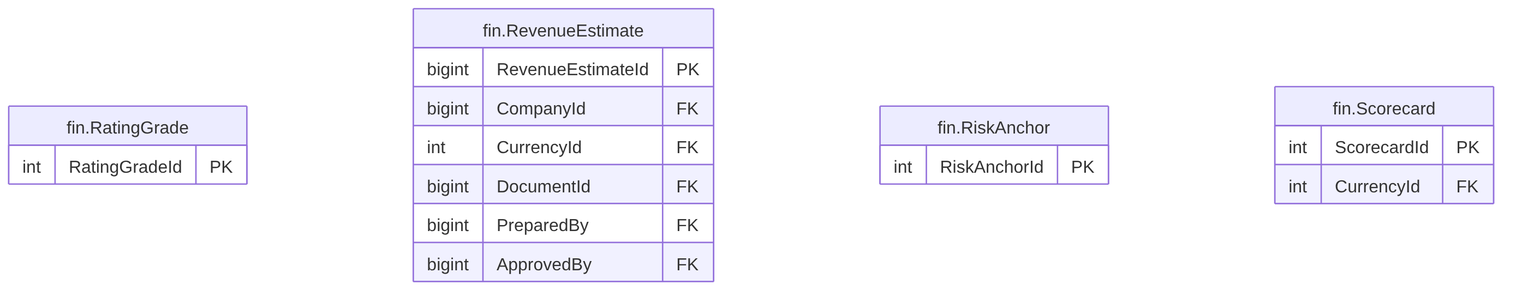
The Mermaid diagram treasury-platform/docs/diagrams/erd/m5_financials_10.png in thawrasy/smartlines, before a commit. Its source is kept beside it as treasury-platform/docs/diagrams/erd/m5_financials_10.mmd.
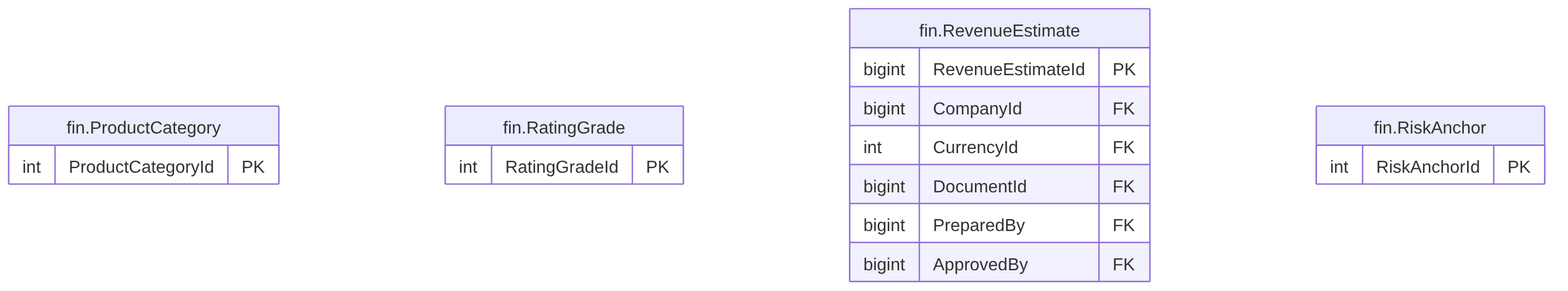
Above is the later version.

Diff of the diagram source:
```diff
@@ -1,4 +1,7 @@
 erDiagram
+  fin_ProductCategory["fin.ProductCategory"] {
+    int ProductCategoryId PK
+  }
   fin_RatingGrade["fin.RatingGrade"] {
     int RatingGradeId PK
   }
@@ -13,7 +16,3 @@
   fin_RiskAnchor["fin.RiskAnchor"] {
     int RiskAnchorId PK
   }
-  fin_Scorecard["fin.Scorecard"] {
-    int ScorecardId PK
-    int CurrencyId FK
-  }
```
